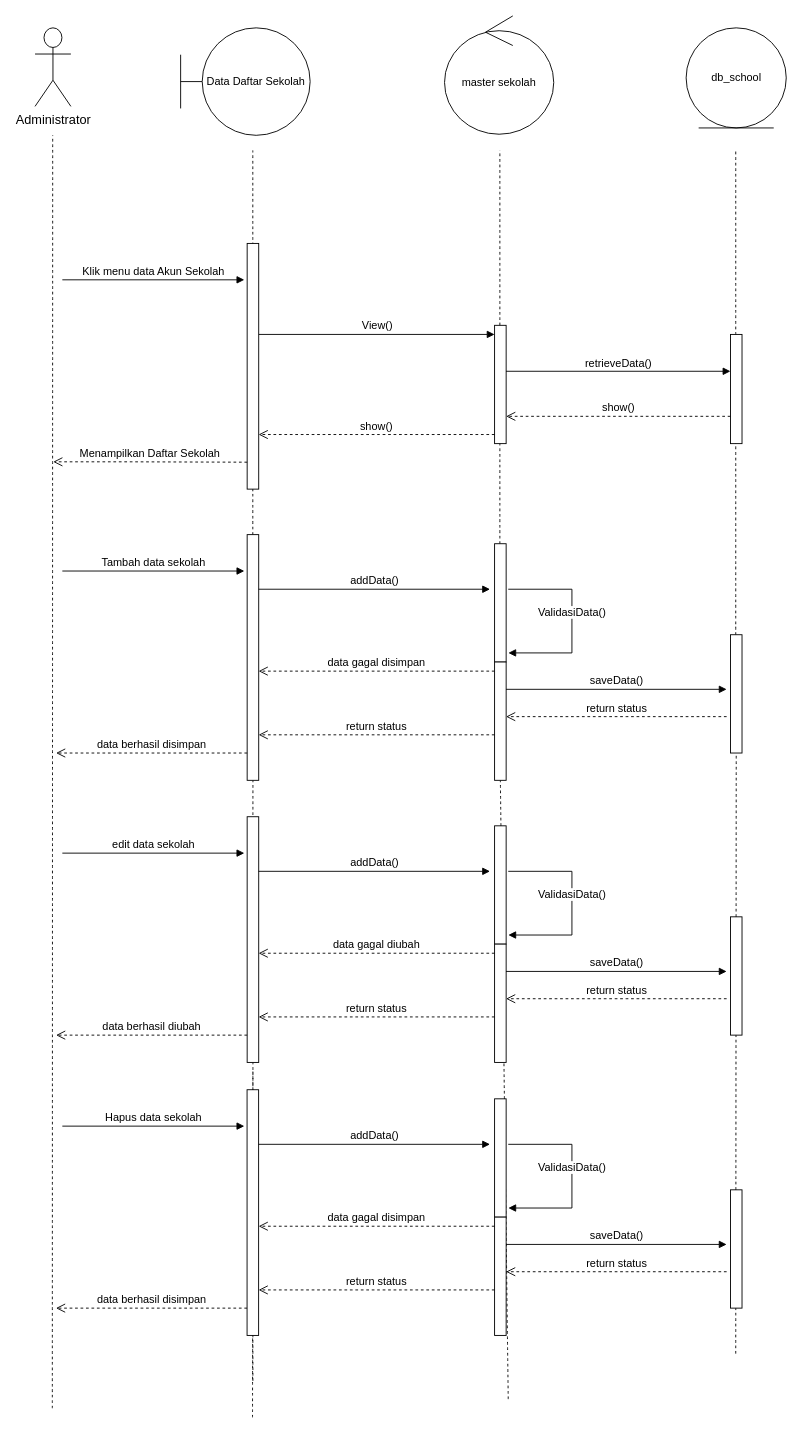
Before: Sequence Diagram.drawio in azizarizaldi/draw-io-project, a draw.io diagram. Source tidied: cells renumbered, new cells numbered last; positions are measured from the earlier drawing's top-left corner, leaving out a move shared by most shapes. Both pictures are drawn from the tidied source at 91%, with x=0, y=0 at pixel (35, 15).
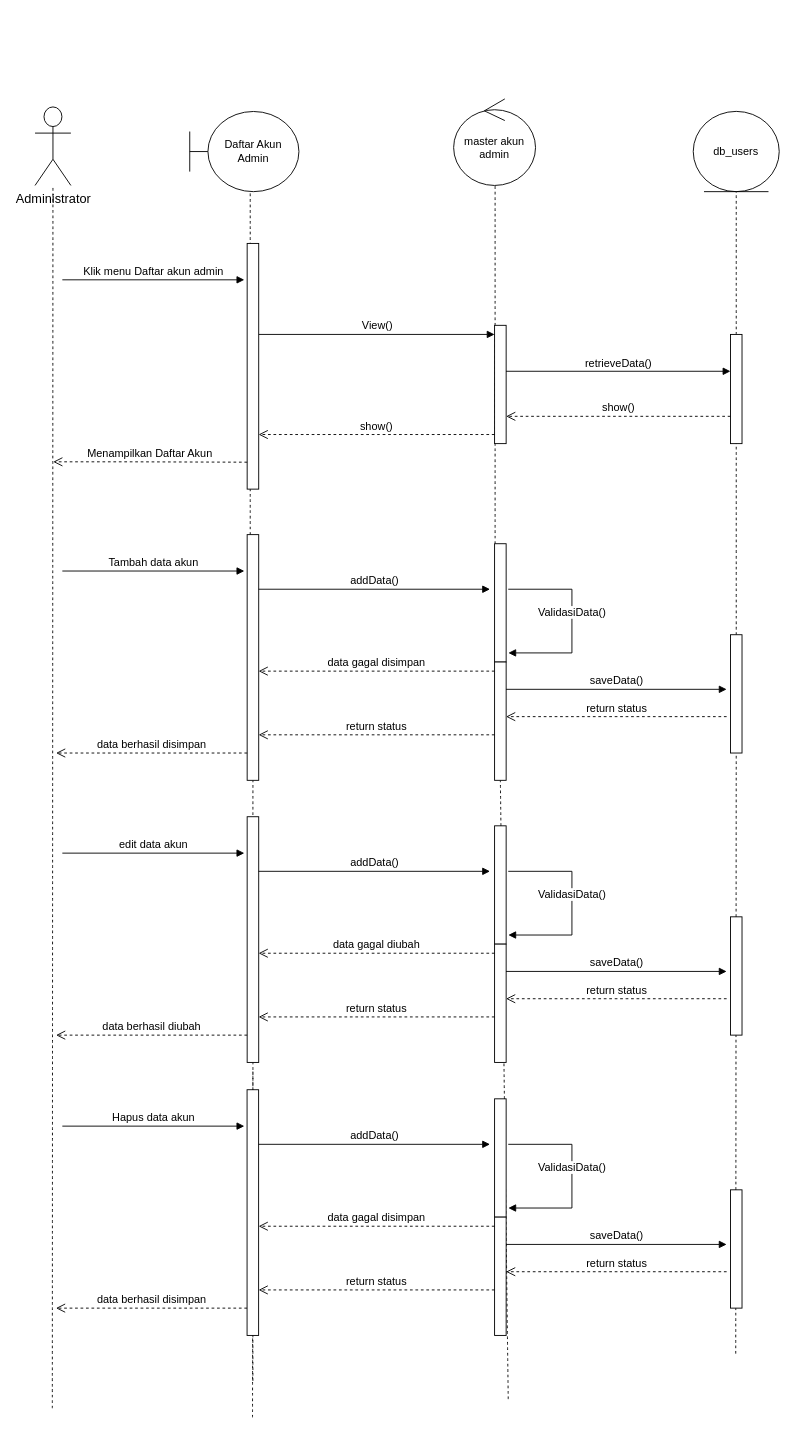
After the change.

Unchanged cells that the change refers to:
```xml
<mxCell id="20" style="html=1;points=[[0,0,0,0,5],[0,1,0,0,-5],[1,0,0,0,5],[1,1,0,0,-5]];perimeter=orthogonalPerimeter;outlineConnect=0;targetShapes=umlLifeline;portConstraint=eastwest;newEdgeStyle={&quot;curved&quot;:0,&quot;rounded&quot;:0};" parent="1" vertex="1">
  <mxGeometry x="233.1" y="570" width="12.7" height="270" as="geometry" />
</mxCell>
<mxCell id="24" style="html=1;points=[[0,0,0,0,5],[0,1,0,0,-5],[1,0,0,0,5],[1,1,0,0,-5]];perimeter=orthogonalPerimeter;outlineConnect=0;targetShapes=umlLifeline;portConstraint=eastwest;newEdgeStyle={&quot;curved&quot;:0,&quot;rounded&quot;:0};" parent="1" vertex="1">
  <mxGeometry x="505" y="580" width="12.7" height="130" as="geometry" />
</mxCell>
<mxCell id="33" style="html=1;points=[[0,0,0,0,5],[0,1,0,0,-5],[1,0,0,0,5],[1,1,0,0,-5]];perimeter=orthogonalPerimeter;outlineConnect=0;targetShapes=umlLifeline;portConstraint=eastwest;newEdgeStyle={&quot;curved&quot;:0,&quot;rounded&quot;:0};" parent="1" vertex="1">
  <mxGeometry x="764.2" y="680" width="12.7" height="130" as="geometry" />
</mxCell>
```

What changed in the source:
```diff
@@
-    <mxCell id="2" style="endArrow=none;dashed=1;html=1;rounded=0;fontSize=12;startSize=8;endSize=8;curved=1;entryX=0.5;entryY=1;entryDx=0;entryDy=0;" parent="1" edge="1" source="33">
-      <mxGeometry relative="1" as="geometry">
-        <mxPoint x="770" y="147.8" as="targetPoint" />
-      </mxGeometry>
+    <mxCell id="2" style="endArrow=none;dashed=1;html=1;rounded=0;fontSize=12;startSize=8;endSize=8;curved=1;entryX=0.5;entryY=1;entryDx=0;entryDy=0;" parent="1" edge="1" source="33" target="7">
+      <mxGeometry relative="1" as="geometry" />
     </mxCell>
-    <mxCell id="3" style="endArrow=none;dashed=1;html=1;rounded=0;fontSize=12;startSize=8;endSize=8;curved=1;entryX=0.5;entryY=1;entryDx=0;entryDy=0;" parent="1" edge="1" source="24">
-      <mxGeometry relative="1" as="geometry">
-        <mxPoint x="510.8" y="147.8" as="targetPoint" />
-      </mxGeometry>
+    <mxCell id="3" style="endArrow=none;dashed=1;html=1;rounded=0;fontSize=12;startSize=8;endSize=8;curved=1;" parent="1" edge="1" source="24" target="18">
+      <mxGeometry relative="1" as="geometry" />
     </mxCell>
-    <mxCell id="4" value="Data Daftar Sekolah" style="shape=umlBoundary;whiteSpace=wrap;html=1;" parent="1" vertex="1">
-      <mxGeometry x="160" y="13.1" width="142.3" height="118.1" as="geometry" />
+    <mxCell id="4" value="Daftar Akun Admin" style="shape=umlBoundary;whiteSpace=wrap;html=1;" parent="1" vertex="1">
+      <mxGeometry x="170" y="105" width="120" height="88.1" as="geometry" />
     </mxCell>
-    <mxCell id="5" style="endArrow=none;dashed=1;html=1;rounded=0;fontSize=12;startSize=8;endSize=8;curved=1;entryX=0.5;entryY=1;entryDx=0;entryDy=0;" parent="1" edge="1" source="20">
-      <mxGeometry relative="1" as="geometry">
-        <mxPoint x="239.3" y="147.8" as="targetPoint" />
-      </mxGeometry>
+    <mxCell id="5" style="endArrow=none;dashed=1;html=1;rounded=0;fontSize=12;startSize=8;endSize=8;curved=1;entryX=0.554;entryY=0.999;entryDx=0;entryDy=0;entryPerimeter=0;" parent="1" edge="1" source="20" target="4">
+      <mxGeometry relative="1" as="geometry" />
     </mxCell>
@@
-    <mxCell id="7" value="db_school" style="ellipse;shape=umlEntity;whiteSpace=wrap;html=1;" parent="1" vertex="1">
-      <mxGeometry x="715.5" y="13.1" width="110" height="110" as="geometry" />
+    <mxCell id="7" value="db_users" style="ellipse;shape=umlEntity;whiteSpace=wrap;html=1;" parent="1" vertex="1">
+      <mxGeometry x="723.3" y="104.9" width="94.5" height="88.2" as="geometry" />
     </mxCell>
@@
     <mxCell id="14" value="&lt;font style=&quot;font-size: 14px;&quot;&gt;Administrator&lt;/font&gt;" style="shape=umlActor;verticalLabelPosition=bottom;verticalAlign=top;html=1;outlineConnect=0;" parent="1" vertex="1">
-      <mxGeometry y="13.1" width="39.4" height="86.3" as="geometry" />
+      <mxGeometry y="100" width="39.4" height="86.3" as="geometry" />
     </mxCell>
-    <mxCell id="15" value="&lt;font style=&quot;font-size: 12px;&quot;&gt;Klik menu data Akun Sekolah&lt;/font&gt;" style="html=1;verticalAlign=bottom;endArrow=block;curved=0;rounded=0;" parent="1" edge="1">
+    <mxCell id="15" value="&lt;font style=&quot;font-size: 12px;&quot;&gt;Klik menu Daftar akun admin&lt;/font&gt;" style="html=1;verticalAlign=bottom;endArrow=block;curved=0;rounded=0;" parent="1" edge="1">
       <mxGeometry relative="1" as="geometry">
         <mxPoint x="30" y="290" as="sourcePoint" />
         <mxPoint x="230" y="290" as="targetPoint" />
       </mxGeometry>
     </mxCell>
-    <mxCell id="16" style="endArrow=none;dashed=1;html=1;rounded=0;fontSize=12;startSize=8;endSize=8;curved=1;entryX=0.5;entryY=1;entryDx=0;entryDy=0;" parent="1" edge="1">
+    <mxCell id="16" style="endArrow=none;dashed=1;html=1;rounded=0;fontSize=12;startSize=8;endSize=8;curved=1;" parent="1" edge="1" target="14">
       <mxGeometry relative="1" as="geometry">
         <mxPoint x="19" y="1530" as="sourcePoint" />
-        <mxPoint x="19.4" y="131.2" as="targetPoint" />
       </mxGeometry>
     </mxCell>
-    <mxCell id="17" value="&lt;font style=&quot;font-size: 12px;&quot;&gt;Menampilkan Daftar Sekolah&lt;/font&gt;" style="html=1;verticalAlign=bottom;endArrow=open;dashed=1;endSize=8;curved=0;rounded=0;" parent="1" edge="1">
+    <mxCell id="17" value="&lt;font style=&quot;font-size: 12px;&quot;&gt;Menampilkan Daftar Akun&lt;/font&gt;" style="html=1;verticalAlign=bottom;endArrow=open;dashed=1;endSize=8;curved=0;rounded=0;" parent="1" edge="1">
       <mxGeometry relative="1" as="geometry">
         <mxPoint x="233.1" y="490.4" as="sourcePoint" />
         <mxPoint x="20" y="490" as="targetPoint" />
         <Array as="points">
           <mxPoint x="106.5" y="490" />
         </Array>
       </mxGeometry>
     </mxCell>
-    <mxCell id="18" value="master sekolah" style="ellipse;shape=umlControl;whiteSpace=wrap;html=1;" parent="1" vertex="1">
-      <mxGeometry x="450" width="120" height="130" as="geometry" />
+    <mxCell id="18" value="master akun admin" style="ellipse;shape=umlControl;whiteSpace=wrap;html=1;" parent="1" vertex="1">
+      <mxGeometry x="460" y="91.2" width="90" height="95.1" as="geometry" />
     </mxCell>
@@
-    <mxCell id="22" value="&lt;font style=&quot;font-size: 12px;&quot;&gt;Tambah data sekolah&lt;/font&gt;" style="html=1;verticalAlign=bottom;endArrow=block;curved=0;rounded=0;" parent="1" edge="1">
+    <mxCell id="22" value="&lt;font style=&quot;font-size: 12px;&quot;&gt;Tambah data akun&lt;/font&gt;" style="html=1;verticalAlign=bottom;endArrow=block;curved=0;rounded=0;" parent="1" edge="1">
       <mxGeometry relative="1" as="geometry">
         <mxPoint x="30" y="610" as="sourcePoint" />
         <mxPoint x="230" y="610" as="targetPoint" />
       </mxGeometry>
     </mxCell>
@@
-    <mxCell id="38" value="&lt;font style=&quot;font-size: 12px;&quot;&gt;edit data sekolah&lt;/font&gt;" style="html=1;verticalAlign=bottom;endArrow=block;curved=0;rounded=0;" parent="1" edge="1">
+    <mxCell id="38" value="&lt;font style=&quot;font-size: 12px;&quot;&gt;edit data akun&lt;/font&gt;" style="html=1;verticalAlign=bottom;endArrow=block;curved=0;rounded=0;" parent="1" edge="1">
       <mxGeometry relative="1" as="geometry">
         <mxPoint x="30" y="920" as="sourcePoint" />
         <mxPoint x="230" y="920" as="targetPoint" />
       </mxGeometry>
     </mxCell>
@@
-    <mxCell id="52" value="&lt;font style=&quot;font-size: 12px;&quot;&gt;Hapus data sekolah&lt;/font&gt;" style="html=1;verticalAlign=bottom;endArrow=block;curved=0;rounded=0;" parent="1" edge="1">
+    <mxCell id="52" value="&lt;font style=&quot;font-size: 12px;&quot;&gt;Hapus data akun&lt;/font&gt;" style="html=1;verticalAlign=bottom;endArrow=block;curved=0;rounded=0;" parent="1" edge="1">
       <mxGeometry relative="1" as="geometry">
         <mxPoint x="30" y="1220" as="sourcePoint" />
         <mxPoint x="230" y="1220" as="targetPoint" />
       </mxGeometry>
     </mxCell>
```
